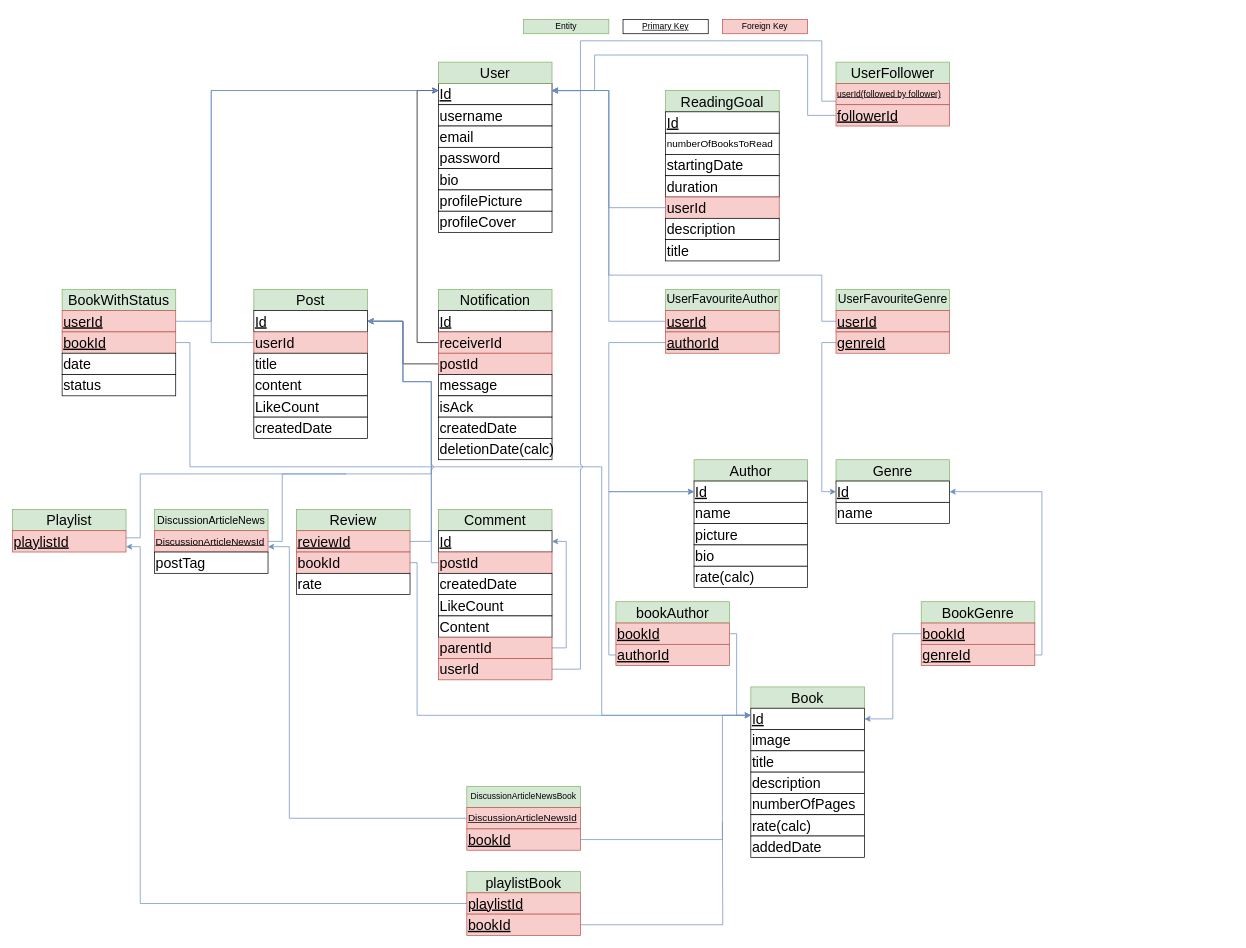
Above: page "mapping digaram" (2 of 2) of diagrams.drawio in Yaqra/YaqraApi (draw.io), before the change. Source tidied: cells renumbered, new cells numbered last; positions are measured from the earlier drawing's top-left corner, leaving out a move shared by most shapes. Both pictures are drawn from the tidied source at 71%, with x=0, y=0 at pixel (12, 19).
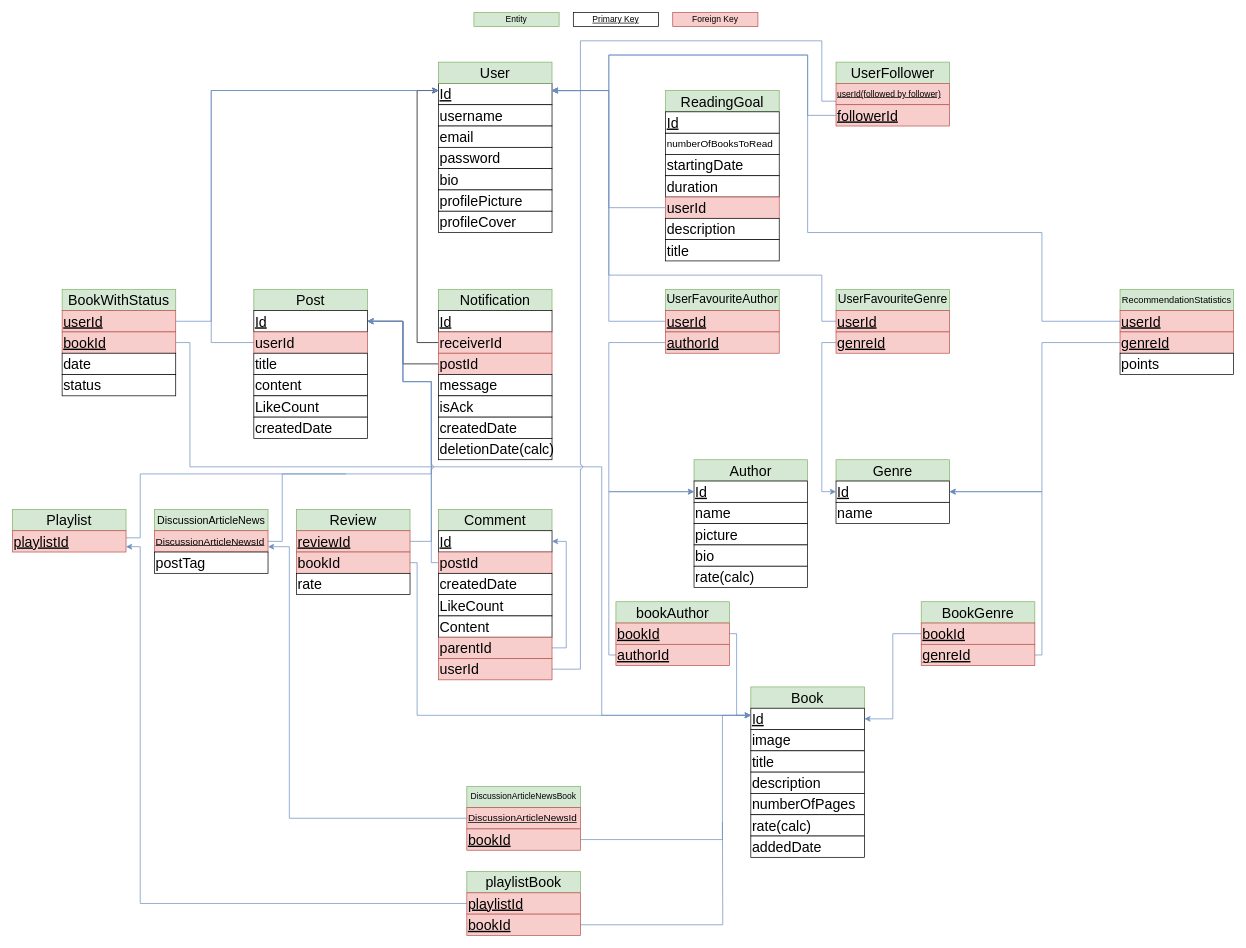
After the change.

Unchanged cells that the change refers to:
```xml
<mxCell id="2" value="&lt;font style=&quot;font-size: 20px;&quot;&gt;&lt;u&gt;Id&lt;/u&gt;&lt;/font&gt;" style="rounded=0;whiteSpace=wrap;html=1;align=left;" parent="1" vertex="1">
  <mxGeometry x="600" y="90" width="160" height="30" as="geometry" />
</mxCell>
<mxCell id="18" value="&lt;font size=&quot;1&quot; style=&quot;&quot;&gt;&lt;u style=&quot;font-size: 12px;&quot;&gt;userId(followed by follower)&lt;/u&gt;&lt;/font&gt;" style="rounded=0;whiteSpace=wrap;html=1;align=left;fillColor=#f8cecc;strokeColor=#b85450;" parent="1" vertex="1">
  <mxGeometry x="1160" y="90" width="160" height="30" as="geometry" />
</mxCell>
<mxCell id="20" value="&lt;font style=&quot;font-size: 20px;&quot;&gt;&lt;u&gt;followerId&lt;/u&gt;&lt;/font&gt;" style="rounded=0;whiteSpace=wrap;html=1;align=left;fillColor=#f8cecc;strokeColor=#b85450;" parent="1" vertex="1">
  <mxGeometry x="1160" y="120" width="160" height="30" as="geometry" />
</mxCell>
<mxCell id="57" value="&lt;font style=&quot;font-size: 20px;&quot;&gt;&lt;u&gt;Id&lt;/u&gt;&lt;/font&gt;" style="rounded=0;whiteSpace=wrap;html=1;align=left;" parent="1" vertex="1">
  <mxGeometry x="1160" y="650" width="160" height="30" as="geometry" />
</mxCell>
```

Diff of the diagram source:
```diff
@@
     <mxCell id="9" value="Entity" style="rounded=0;whiteSpace=wrap;html=1;fillColor=#d5e8d4;strokeColor=#82b366;" parent="1" vertex="1">
-      <mxGeometry x="720" width="120" height="20" as="geometry" />
+      <mxGeometry x="650" y="-10" width="120" height="20" as="geometry" />
     </mxCell>
@@
     <mxCell id="11" value="&lt;u&gt;Primary Key&lt;/u&gt;" style="rounded=0;whiteSpace=wrap;html=1;" parent="1" vertex="1">
-      <mxGeometry x="860" width="120" height="20" as="geometry" />
+      <mxGeometry x="790" y="-10" width="120" height="20" as="geometry" />
     </mxCell>
     <mxCell id="12" value="Foreign Key" style="rounded=0;whiteSpace=wrap;html=1;fillColor=#f8cecc;strokeColor=#b85450;" parent="1" vertex="1">
-      <mxGeometry x="1000" width="120" height="20" as="geometry" />
+      <mxGeometry x="930" y="-10" width="120" height="20" as="geometry" />
     </mxCell>
@@
-    <mxCell id="17" style="edgeStyle=orthogonalEdgeStyle;rounded=0;jettySize=auto;html=1;fillColor=#dae8fc;strokeColor=#6c8ebf;" parent="1" edge="1" source="18" target="2">
+    <mxCell id="17" style="edgeStyle=orthogonalEdgeStyle;rounded=0;jettySize=auto;html=1;fillColor=#dae8fc;strokeColor=#6c8ebf;jumpStyle=none;" parent="1" edge="1" source="18" target="2">
       <mxGeometry relative="1" as="geometry">
         <Array as="points">
           <mxPoint x="1140" y="115" />
           <mxPoint x="1140" y="30" />
           <mxPoint x="800" y="30" />
           <mxPoint x="800" y="100" />
         </Array>
       </mxGeometry>
     </mxCell>
@@
     <mxCell id="19" style="edgeStyle=orthogonalEdgeStyle;rounded=0;jettySize=auto;html=1;fillColor=#dae8fc;strokeColor=#6c8ebf;" parent="1" edge="1" source="20">
       <mxGeometry relative="1" as="geometry">
         <mxPoint x="760" y="100" as="targetPoint" />
         <Array as="points">
           <mxPoint x="1120" y="135" />
           <mxPoint x="1120" y="50" />
-          <mxPoint x="820" y="50" />
-          <mxPoint x="820" y="100" />
+          <mxPoint x="840" y="50" />
+          <mxPoint x="840" y="100" />
         </Array>
       </mxGeometry>
     </mxCell>
@@
+    <mxCell id="123" value="&lt;font style=&quot;font-size: 13px;&quot;&gt;RecommendationStatistics&lt;/font&gt;" style="rounded=0;whiteSpace=wrap;html=1;align=center;fillColor=#d5e8d4;strokeColor=#82b366;" parent="1" vertex="1">
+      <mxGeometry x="1560" y="380" width="160" height="30" as="geometry" />
+    </mxCell>
+    <mxCell id="124" style="edgeStyle=orthogonalEdgeStyle;rounded=0;jettySize=auto;html=1;jumpStyle=none;fillColor=#dae8fc;strokeColor=#6c8ebf;" parent="1" edge="1" source="125">
+      <mxGeometry relative="1" as="geometry">
+        <mxPoint x="760" y="100" as="targetPoint" />
+        <Array as="points">
+          <mxPoint x="1450" y="425" />
+          <mxPoint x="1450" y="300" />
+          <mxPoint x="1120" y="300" />
+          <mxPoint x="1120" y="50" />
+          <mxPoint x="840" y="50" />
+          <mxPoint x="840" y="100" />
+        </Array>
+      </mxGeometry>
+    </mxCell>
+    <mxCell id="125" value="&lt;font style=&quot;font-size: 20px;&quot;&gt;&lt;u&gt;userId&lt;/u&gt;&lt;/font&gt;" style="rounded=0;whiteSpace=wrap;html=1;align=left;fillColor=#f8cecc;strokeColor=#b85450;" parent="1" vertex="1">
+      <mxGeometry x="1560" y="410" width="160" height="30" as="geometry" />
+    </mxCell>
+    <mxCell id="126" style="edgeStyle=orthogonalEdgeStyle;rounded=0;jettySize=auto;html=1;entryX=1;entryY=0.5;entryDx=0;entryDy=0;fillColor=#dae8fc;strokeColor=#6c8ebf;" parent="1" edge="1" source="127" target="57">
+      <mxGeometry relative="1" as="geometry">
+        <Array as="points">
+          <mxPoint x="1450" y="455" />
+          <mxPoint x="1450" y="665" />
+        </Array>
+      </mxGeometry>
+    </mxCell>
+    <mxCell id="127" value="&lt;font style=&quot;font-size: 20px;&quot;&gt;&lt;u&gt;genreId&lt;/u&gt;&lt;/font&gt;" style="rounded=0;whiteSpace=wrap;html=1;align=left;fillColor=#f8cecc;strokeColor=#b85450;" parent="1" vertex="1">
+      <mxGeometry x="1560" y="440" width="160" height="30" as="geometry" />
+    </mxCell>
+    <mxCell id="128" value="&lt;span style=&quot;font-size: 20px;&quot;&gt;points&lt;/span&gt;" style="rounded=0;whiteSpace=wrap;html=1;align=left;" parent="1" vertex="1">
+      <mxGeometry x="1560" y="470" width="160" height="30" as="geometry" />
+    </mxCell>
```
